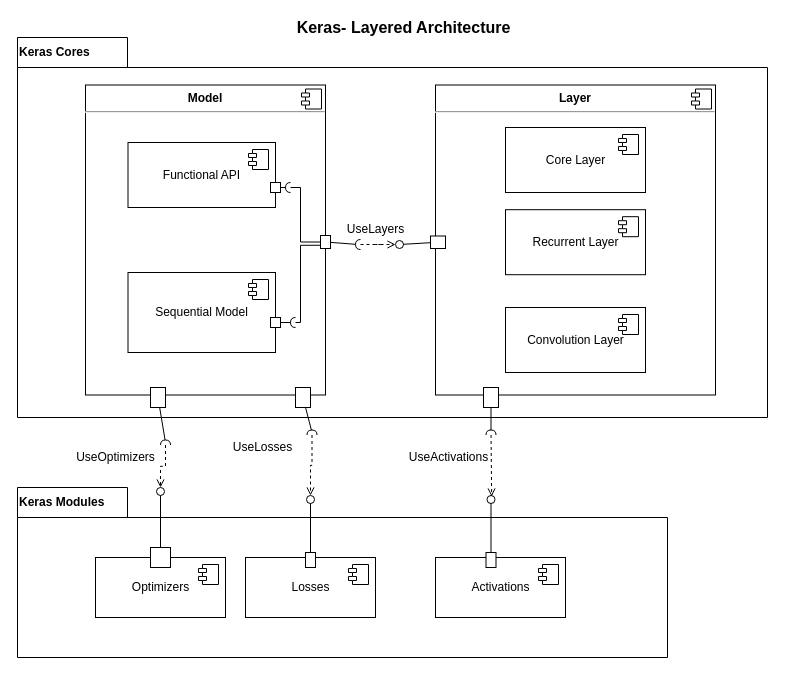
Before: uml_diagram/src/keras_architectural_style.drawio in pholpaphankorn/keras_softarch_assignment, a draw.io diagram. Source tidied: cells renumbered, new cells numbered last; positions are measured from the earlier drawing's top-left corner, leaving out a move shared by most shapes. Both pictures are drawn from the tidied source at 100%, with x=0, y=0 at pixel (17, 17).
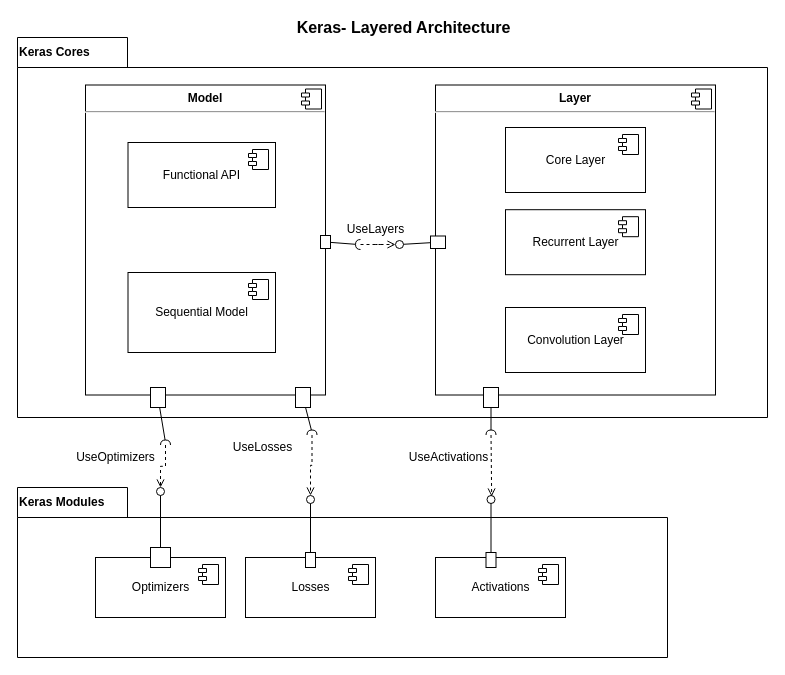
After the change.

Unchanged cells that the change refers to:
```xml
<mxCell id="27" style="html=1;rounded=0;fillColor=default;align=left;" parent="1" vertex="1">
  <mxGeometry x="303" y="218" width="10" height="13" as="geometry" />
</mxCell>
```

The edit, as a diff of the source:
```diff
@@
-    <mxCell id="32" style="html=1;rounded=0;fillColor=default;align=left;" parent="1" vertex="1">
-      <mxGeometry x="253" y="165" width="10" height="10" as="geometry" />
-    </mxCell>
-    <mxCell id="33" style="endArrow=none;html=1;rounded=0;align=center;verticalAlign=top;endFill=0;labelBackgroundColor=none;endSize=2;" parent="1" edge="1" source="32" target="35">
-      <mxGeometry relative="1" as="geometry" />
-    </mxCell>
-    <mxCell id="34" style="edgeStyle=orthogonalEdgeStyle;rounded=0;jettySize=auto;html=1;entryX=0;entryY=0.5;entryDx=0;entryDy=0;endArrow=none;endFill=0;" parent="1" edge="1" source="35" target="27">
-      <mxGeometry relative="1" as="geometry">
-        <Array as="points">
-          <mxPoint x="283" y="170" />
-          <mxPoint x="283" y="225" />
-        </Array>
-      </mxGeometry>
-    </mxCell>
-    <mxCell id="35" style="shape=requiredInterface;html=1;fontSize=11;align=center;fillColor=none;points=[];verticalAlign=bottom;labelPosition=center;verticalLabelPosition=top;flipH=1;" parent="1" vertex="1">
-      <mxGeometry x="268" y="165" width="5" height="10" as="geometry" />
-    </mxCell>
-    <mxCell id="36" style="html=1;rounded=0;fillColor=default;align=left;" parent="1" vertex="1">
-      <mxGeometry x="253" y="300" width="10" height="10" as="geometry" />
-    </mxCell>
-    <mxCell id="37" style="endArrow=none;html=1;rounded=0;align=center;verticalAlign=top;endFill=0;labelBackgroundColor=none;endSize=2;" parent="1" edge="1" source="36" target="39">
-      <mxGeometry relative="1" as="geometry" />
-    </mxCell>
-    <mxCell id="38" style="edgeStyle=orthogonalEdgeStyle;rounded=0;jettySize=auto;html=1;entryX=0;entryY=0.75;entryDx=0;entryDy=0;endArrow=none;endFill=0;" parent="1" edge="1" source="39" target="27">
-      <mxGeometry relative="1" as="geometry">
-        <Array as="points">
-          <mxPoint x="283" y="305" />
-          <mxPoint x="283" y="228" />
-        </Array>
-      </mxGeometry>
-    </mxCell>
-    <mxCell id="39" style="shape=requiredInterface;html=1;fontSize=11;align=center;fillColor=none;points=[];verticalAlign=bottom;labelPosition=center;verticalLabelPosition=top;flipH=1;" parent="1" vertex="1">
-      <mxGeometry x="273" y="300" width="5" height="10" as="geometry" />
-    </mxCell>
```
